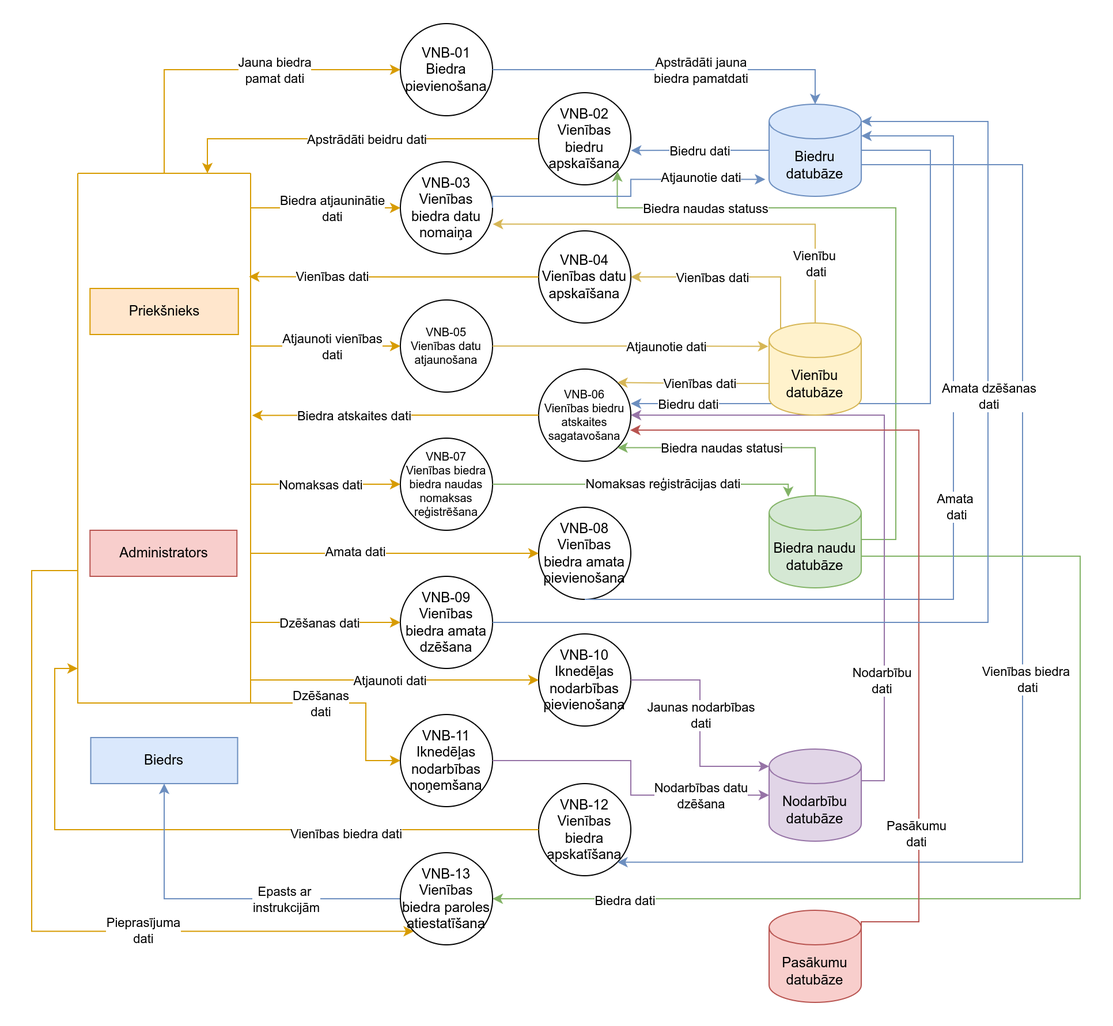
JekabsVanags/LSGCO_IS keeps this draw.io diagram as Documentation/2_limena_VNB_DPD.png. Above is the earlier version. Source tidied: cells renumbered, new cells last; positions are measured from the earlier drawing's top-left corner, leaving out a move shared by most shapes.
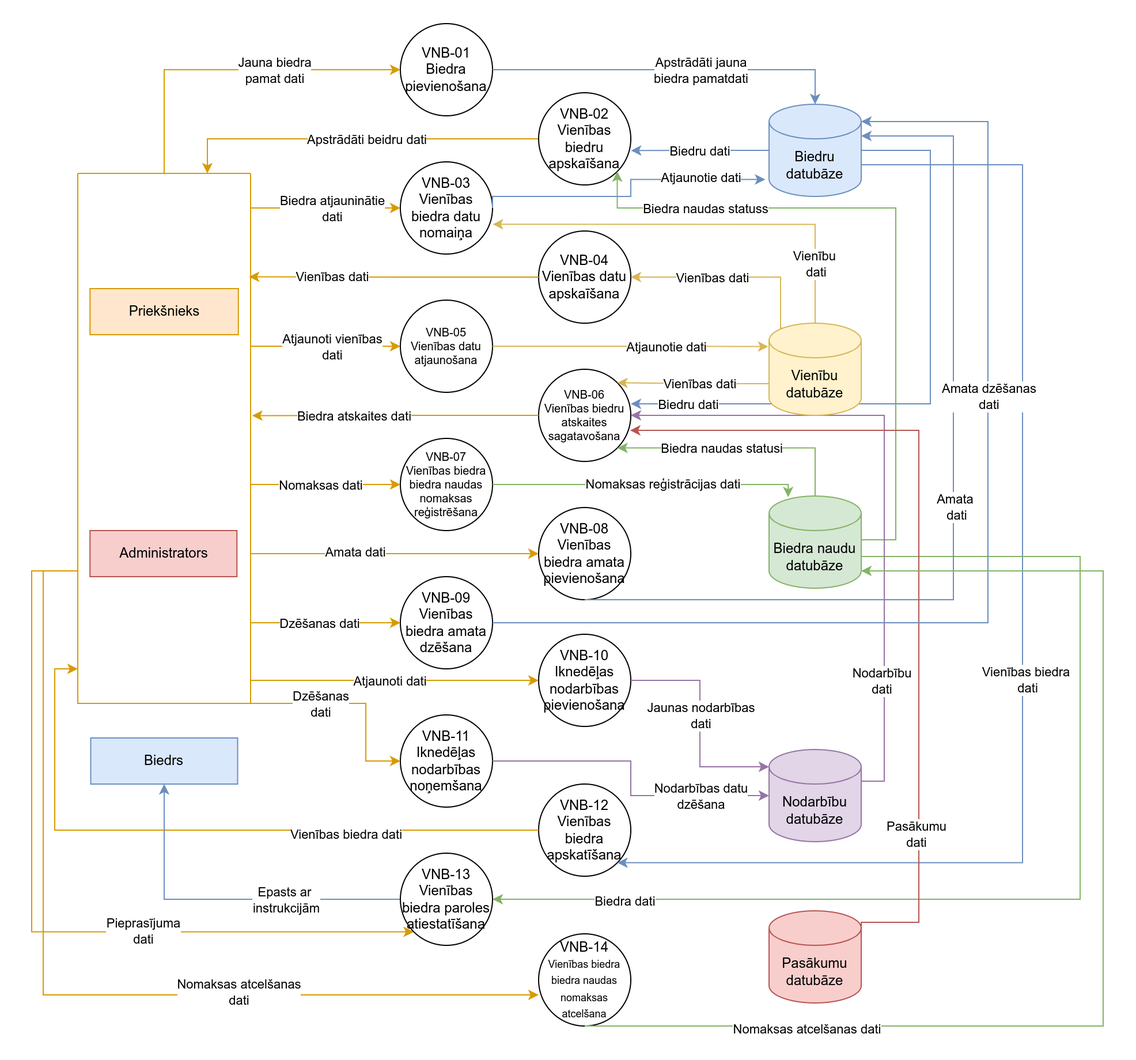
Above is the later version.

The edit, as a diff of the source:
```diff
@@ -239,6 +239,17 @@
     <mxCell id="50" value="Pieprasījuma&lt;br&gt;dati" style="edgeLabel;html=1;align=center;verticalAlign=middle;" parent="49" vertex="1">
       <mxGeometry x="0.31" y="1" relative="1" as="geometry" />
     </mxCell>
+    <mxCell id="90" style="edgeStyle=orthogonalEdgeStyle;rounded=0;jettySize=auto;html=1;exitX=0;exitY=0.75;exitDx=0;exitDy=0;fillColor=#ffe6cc;strokeColor=#d79b00;entryX=0;entryY=0.663;entryDx=0;entryDy=0;entryPerimeter=0;" parent="1" edge="1" source="51" target="92">
+      <mxGeometry relative="1" as="geometry">
+        <Array as="points">
+          <mxPoint x="10" y="475" />
+          <mxPoint x="10" y="843" />
+        </Array>
+      </mxGeometry>
+    </mxCell>
+    <mxCell id="91" value="Nomaksas atcelšanas&lt;br&gt;dati" style="edgeLabel;html=1;align=center;verticalAlign=middle;" parent="90" vertex="1">
+      <mxGeometry x="0.37" y="3" relative="1" as="geometry" />
+    </mxCell>
     <mxCell id="51" style="swimlane;startSize=0;fillColor=#ffe6cc;strokeColor=#d79b00;" parent="1" vertex="1">
       <mxGeometry x="40" y="130" width="150" height="460" as="geometry" />
     </mxCell>
@@ -416,5 +427,19 @@
     <mxCell id="89" value="Biedrs" style="rounded=0;whiteSpace=wrap;html=1;fillColor=#dae8fc;strokeColor=#6c8ebf;" parent="1" vertex="1">
       <mxGeometry x="51.2" y="620" width="127.5" height="40" as="geometry" />
     </mxCell>
+    <mxCell id="92" value="VNB-14&lt;br&gt;&lt;font style=&quot;font-size: 9px;&quot;&gt;Vienības biedra biedra naudas nomaksas atcelšana&lt;/font&gt;" style="ellipse;whiteSpace=wrap;html=1;" parent="1" vertex="1">
+      <mxGeometry x="440" y="790" width="80" height="80" as="geometry" />
+    </mxCell>
+    <mxCell id="93" style="edgeStyle=orthogonalEdgeStyle;rounded=0;jettySize=auto;html=1;exitX=0.5;exitY=1;exitDx=0;exitDy=0;entryX=1;entryY=1;entryDx=0;entryDy=-15;entryPerimeter=0;fillColor=#d5e8d4;strokeColor=#82b366;" parent="1" edge="1" source="92" target="25">
+      <mxGeometry relative="1" as="geometry">
+        <Array as="points">
+          <mxPoint x="930" y="870" />
+          <mxPoint x="930" y="475" />
+        </Array>
+      </mxGeometry>
+    </mxCell>
+    <mxCell id="94" value="Nomaksas atcelšanas dati" style="edgeLabel;html=1;align=center;verticalAlign=middle;" parent="93" vertex="1">
+      <mxGeometry x="-0.64" y="-2" relative="1" as="geometry" />
+    </mxCell>
   </root>
 </mxGraphModel>
```
